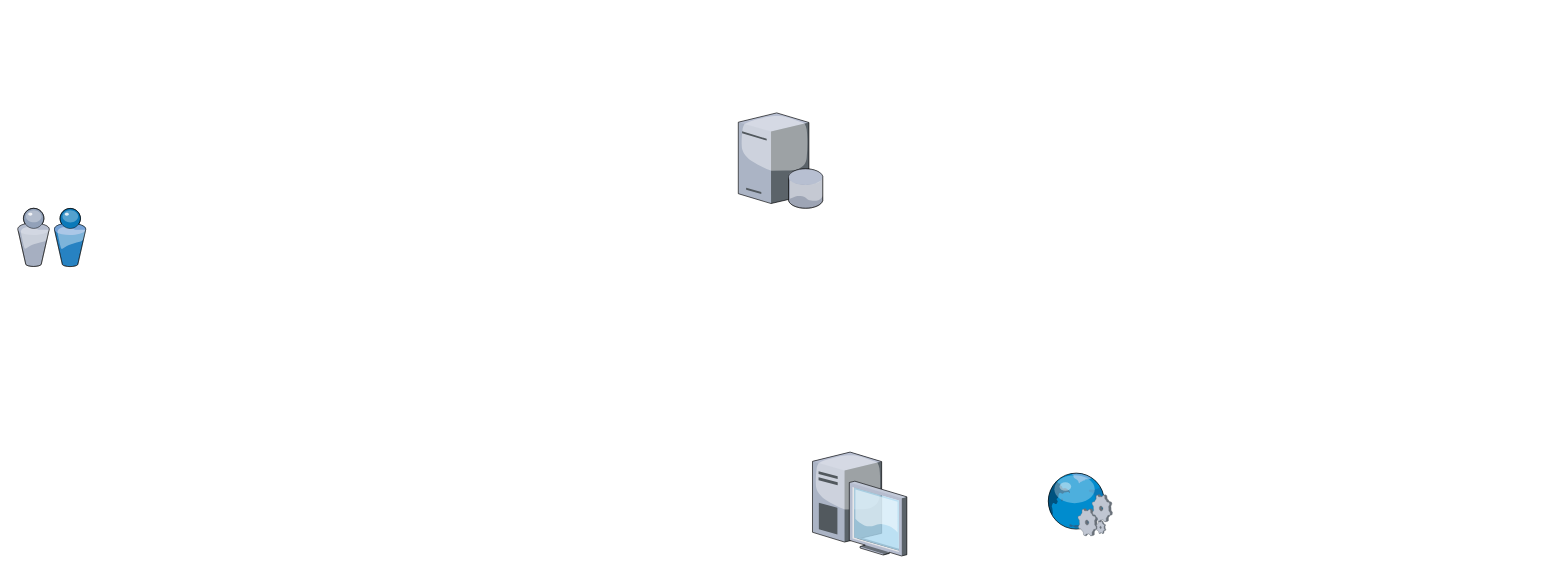
leeeooooooooo/Projet_Visualisation keeps this draw.io diagram as Diagramme sans nom.drawio. Above is the earlier version. Source tidied: cells renumbered, new cells numbered last; positions are measured from the earlier drawing's top-left corner, leaving out a move shared by most shapes. Both pictures are drawn from the tidied source at 106%, with x=0, y=0 at pixel (17, 112).
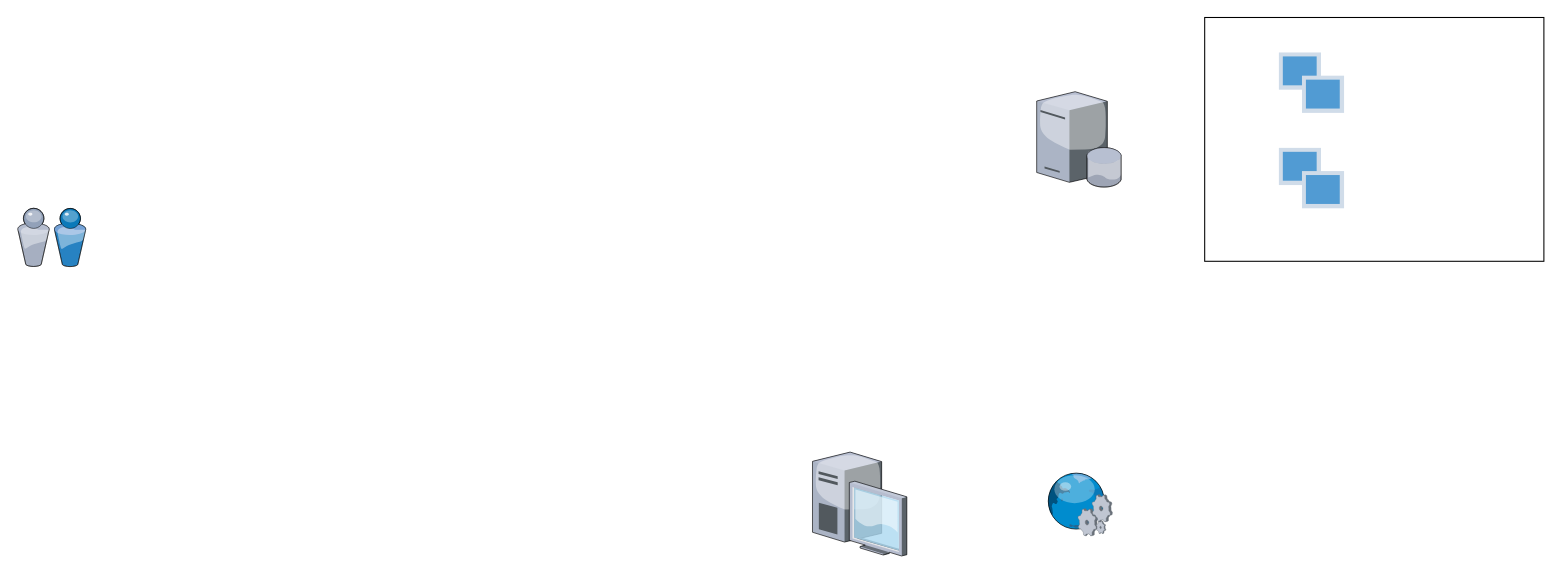
After the change.

Commit message:
Mettre à jour Diagramme sans nom.drawio

The edit, as a diff of the source:
```diff
@@
 <mxGraphModel>
   <root>
     <mxCell id="0" />
     <mxCell id="1" parent="0" />
     <mxCell id="2" style="verticalLabelPosition=bottom;sketch=0;html=1;verticalAlign=top;strokeColor=none;align=center;shape=mxgraph.citrix.database_server;" parent="1" vertex="1">
-      <mxGeometry x="680" width="80" height="90" as="geometry" />
+      <mxGeometry x="961.5" y="-20" width="80" height="90" as="geometry" />
     </mxCell>
     <mxCell id="3" style="verticalLabelPosition=bottom;sketch=0;html=1;verticalAlign=top;strokeColor=none;align=center;shape=mxgraph.citrix.desktop;" parent="1" vertex="1">
       <mxGeometry x="750" y="320" width="89" height="98" as="geometry" />
     </mxCell>
     <mxCell id="4" style="verticalLabelPosition=bottom;sketch=0;html=1;verticalAlign=top;strokeColor=none;align=center;shape=mxgraph.citrix.web_service;" parent="1" vertex="1">
       <mxGeometry x="970" y="339" width="63" height="60" as="geometry" />
     </mxCell>
     <mxCell id="5" style="verticalLabelPosition=bottom;sketch=0;html=1;verticalAlign=top;strokeColor=none;align=center;shape=mxgraph.citrix.users;" parent="1" vertex="1">
       <mxGeometry y="90" width="64.5" height="55" as="geometry" />
     </mxCell>
+    <mxCell id="6" style="rounded=0;whiteSpace=wrap;html=1;" parent="1" vertex="1">
+      <mxGeometry x="1120" y="-90" width="320" height="230" as="geometry" />
+    </mxCell>
+    <mxCell id="7" style="verticalLabelPosition=bottom;sketch=0;html=1;verticalAlign=top;strokeColor=none;align=center;shape=mxgraph.citrix.role_load_testing_launcher;" parent="1" vertex="1">
+      <mxGeometry x="1190" y="-57" width="61.5" height="57" as="geometry" />
+    </mxCell>
+    <mxCell id="8" style="verticalLabelPosition=bottom;sketch=0;html=1;verticalAlign=top;strokeColor=none;align=center;shape=mxgraph.citrix.role_load_testing_launcher;" parent="1" vertex="1">
+      <mxGeometry x="1190" y="33" width="61.5" height="57" as="geometry" />
+    </mxCell>
   </root>
 </mxGraphModel>
```
